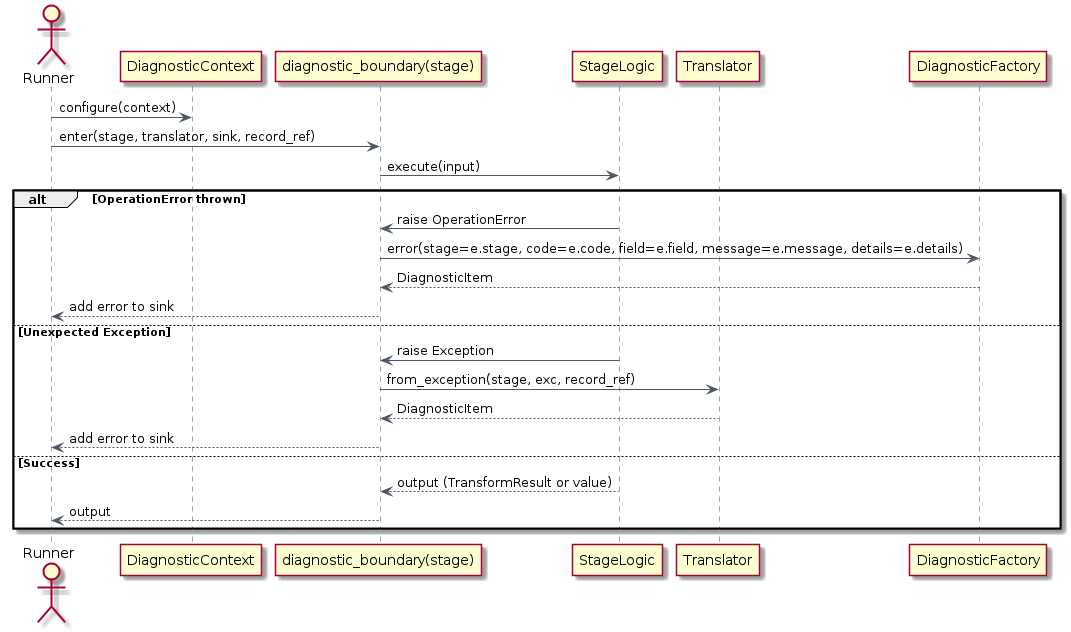
This is docs/uml/pipeline/diagnostic_layer/diagnostic_layer_sequence.png from xORex-LC/nexus-etl, a PlantUML export, as it was before one commit. Its source is kept beside it as docs/uml/pipeline/diagnostic_layer/diagnostic_layer_sequence.puml.
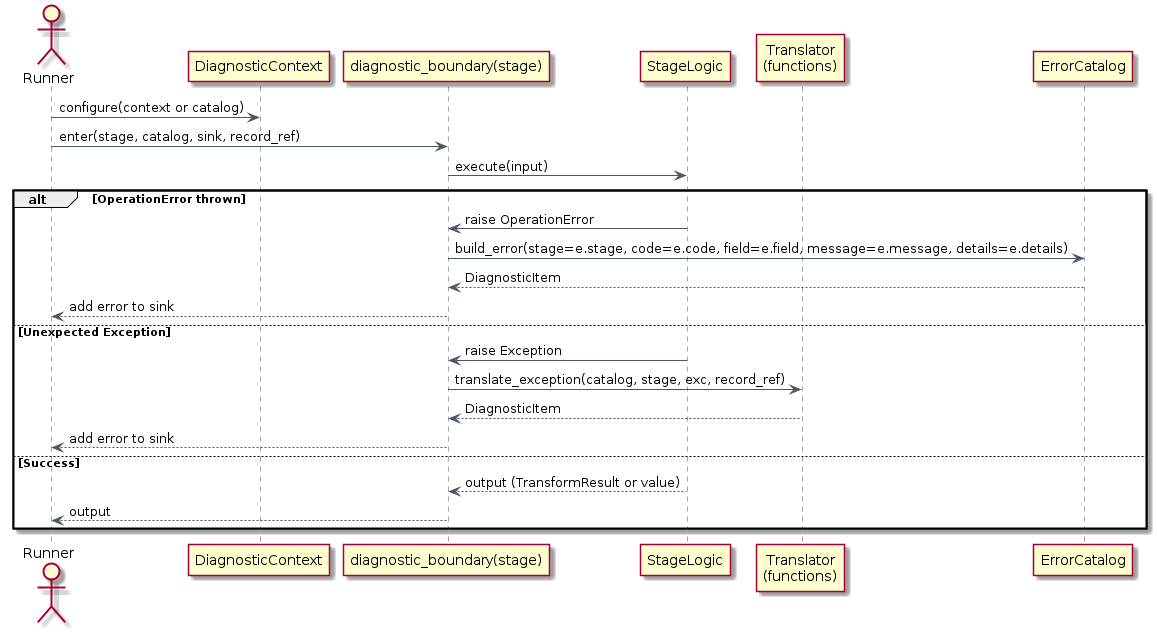
Above is the later version.

Diff of the diagram source:
```diff
@@ -5,24 +5,24 @@
 skinparam SequenceArrowColor #4b5563
 skinparam SequenceLifeLineBorderColor #9ca3af
 actor Runner as R
-participant "DiagnosticContext" as C
+participant "DiagnosticContext" as Ctx
 participant "diagnostic_boundary(stage)" as B
 participant "StageLogic" as S
-participant "Translator" as T
-participant "DiagnosticFactory" as F
+participant "Translator\n(functions)" as T
+participant "ErrorCatalog" as Cat
 
-R -> C : configure(context)
-R -> B : enter(stage, translator, sink, record_ref)
+R -> Ctx : configure(context or catalog)
+R -> B : enter(stage, catalog, sink, record_ref)
 B -> S : execute(input)
 
 alt OperationError thrown
   S -> B : raise OperationError
-  B -> F : error(stage=e.stage, code=e.code, field=e.field, message=e.message, details=e.details)
-  F --> B : DiagnosticItem
+  B -> Cat : build_error(stage=e.stage, code=e.code, field=e.field, message=e.message, details=e.details)
+  Cat --> B : DiagnosticItem
   B --> R : add error to sink
 else Unexpected Exception
   S -> B : raise Exception
-  B -> T : from_exception(stage, exc, record_ref)
+  B -> T : translate_exception(catalog, stage, exc, record_ref)
   T --> B : DiagnosticItem
   B --> R : add error to sink
 else Success
```
